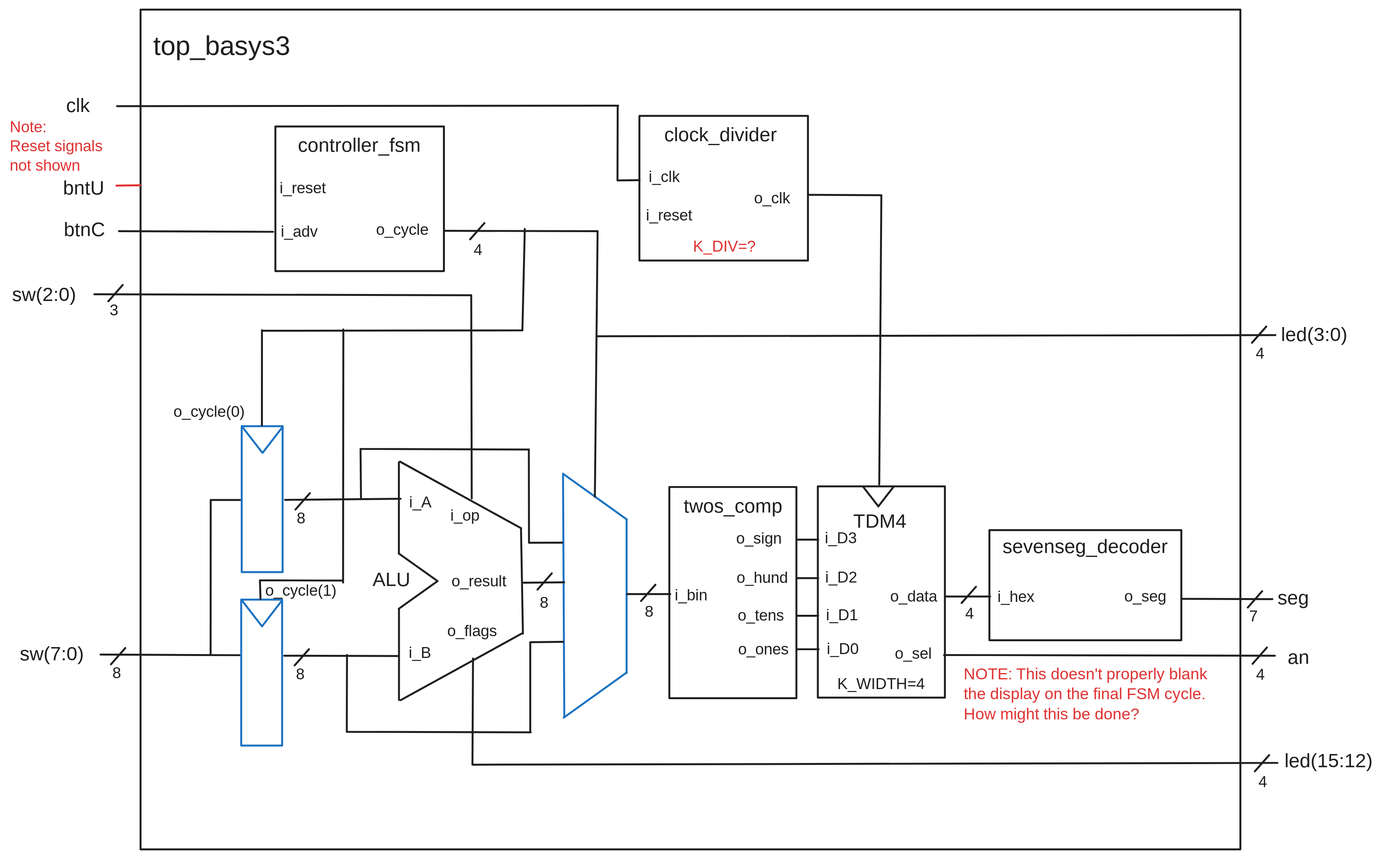
USAFA-ECE/ece281-book keeps this Excalidraw diagram as book/lab/img/lab5-top_basys3.excalidraw.svg. Above is the earlier version. Source tidied: one line per element, renumbered; positions are measured from the earlier drawing's top-left corner, leaving out a move shared by most shapes.
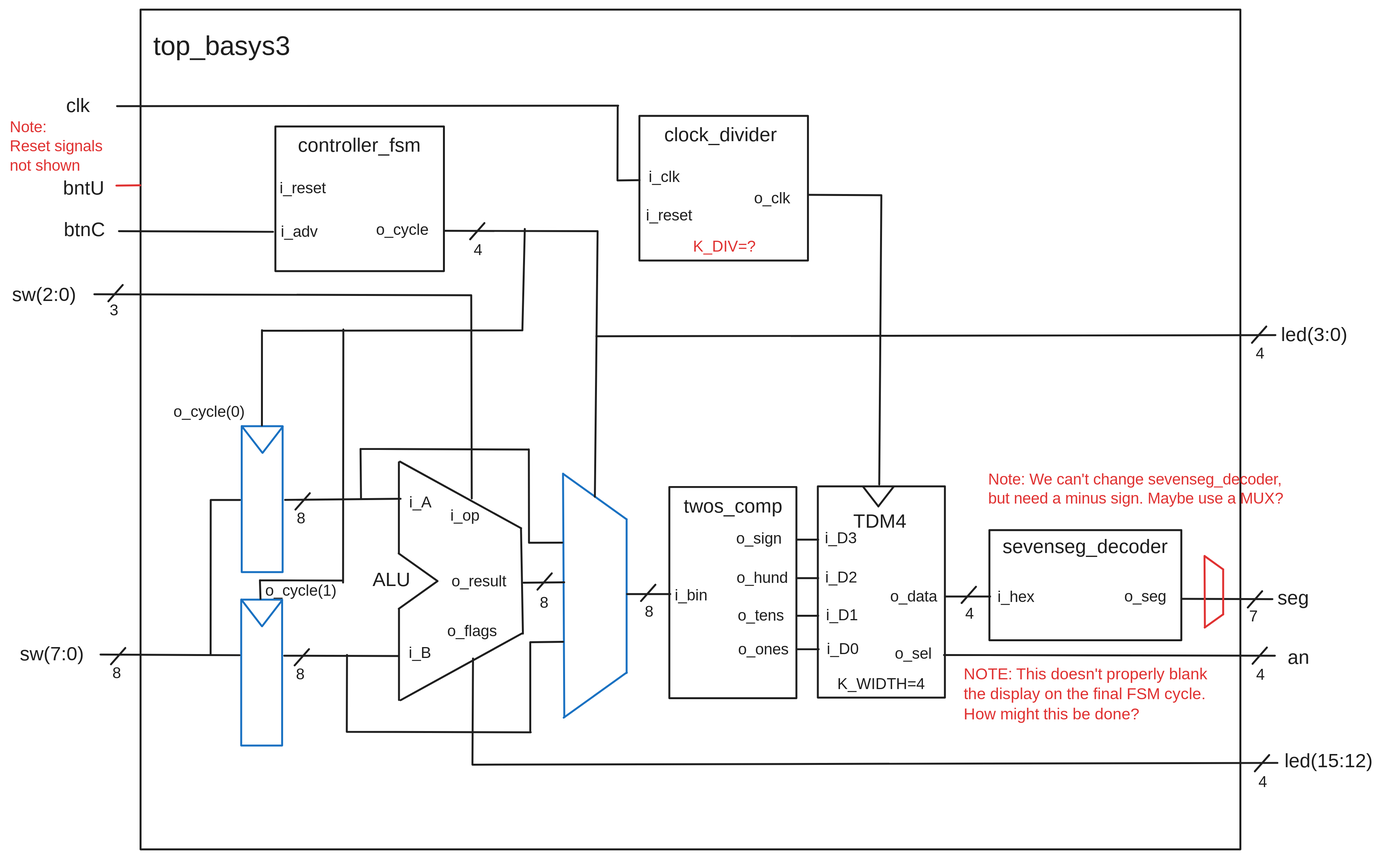
After the change.

Commit message:
lab5 minus sign TODO

What changed in the source:
```diff
@@ -123,3 +123,8 @@
 {"id": 122, "type": "text", "text": "led(3:0)", "strokeColor": "#1e1e1e", "strokeWidth": 2, "roughness": 0, "fontSize": 20, "fontFamily": 8, "x": 1320, "y": 327, "width": 88, "height": 25}
 {"id": 123, "type": "line", "strokeColor": "#1e1e1e", "strokeWidth": 2, "roughness": 0, "x": 1305, "y": 329, "width": 15, "height": 17, "points": [[0, 0], [-15, 17]]}
 {"id": 124, "type": "text", "text": "4", "strokeColor": "#1e1e1e", "strokeWidth": 2, "roughness": 0, "fontSize": 16, "fontFamily": 8, "x": 1294, "y": 348, "width": 9, "height": 20}
+{"id": 125, "type": "text", "text": "Note: We can't change sevenseg_decoder,\nbut need a minus sign. Maybe use a MUX?", "strokeColor": "#e03131", "strokeWidth": 2, "roughness": 0, "fontSize": 16, "fontFamily": 5, "x": 1016, "y": 479, "width": 321, "height": 40}
+{"id": 126, "type": "line", "strokeColor": "#e03131", "strokeWidth": 2, "roughness": 0, "x": 1241, "y": 567, "width": 19, "height": 14, "points": [[0, 0], [19, 14]]}
+{"id": 127, "type": "line", "strokeColor": "#e03131", "strokeWidth": 2, "roughness": 0, "x": 1260, "y": 628, "width": 19, "height": 14, "points": [[0, 0], [-19, 14]]}
+{"id": 128, "type": "line", "strokeColor": "#e03131", "strokeWidth": 2, "roughness": 0, "x": 1260, "y": 581, "width": 0, "height": 47, "points": [[0, 0], [0, 47]]}
+{"id": 129, "type": "line", "strokeColor": "#e03131", "strokeWidth": 2, "roughness": 0, "x": 1241, "y": 567, "width": 0, "height": 74, "points": [[0, 0], [0, 74]]}
```
